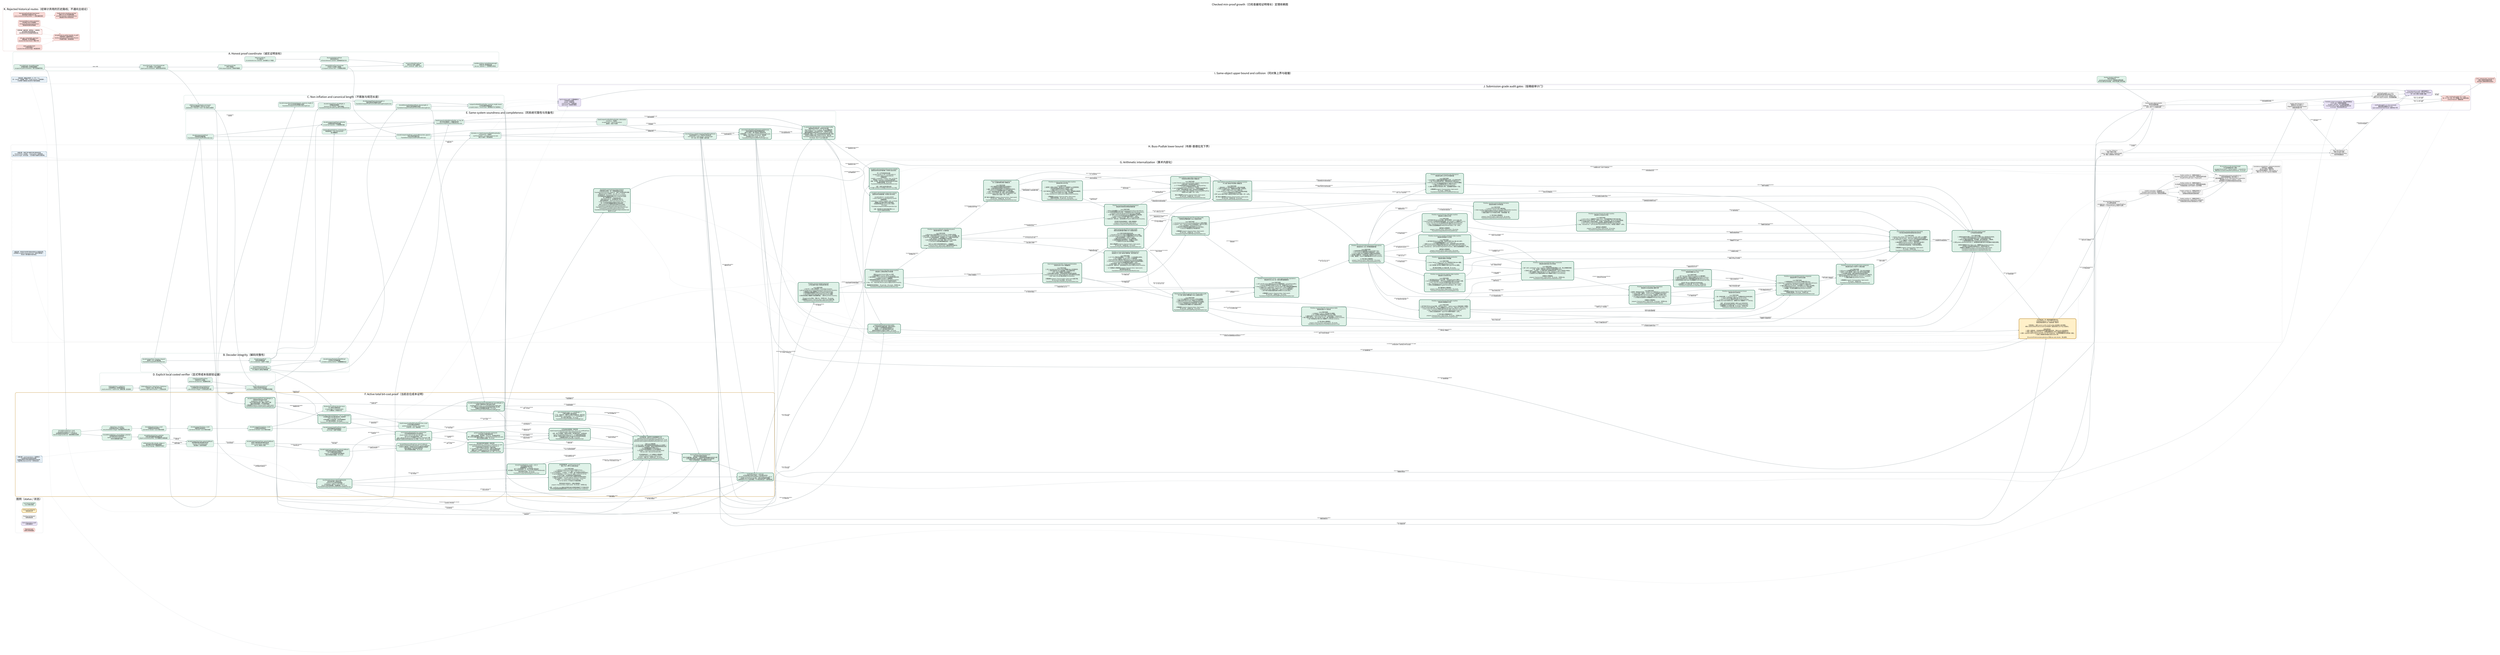
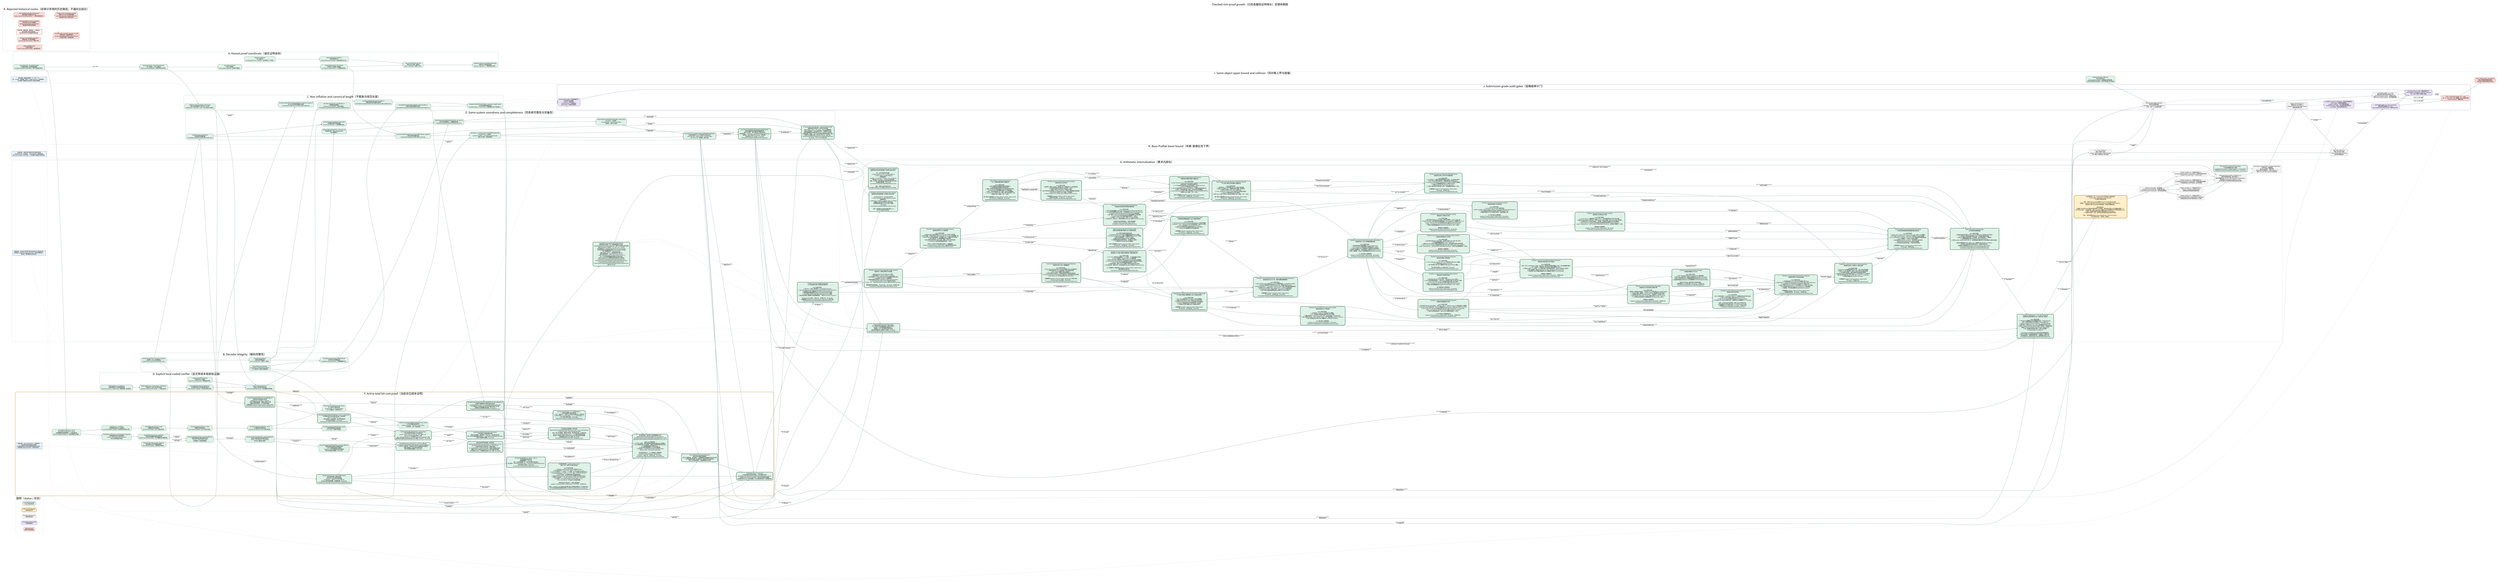
digraph CheckedMinProofDependencies {
  graph [
    rankdir=LR,
    bgcolor="white",
    compound=true,
    newrank=true,
    pad="0.35",
    nodesep="0.30",
    ranksep="0.62",
    fontname="Noto Sans CJK SC",
    fontsize=24,
    label="Checked min-proof growth（已检查最短证明增长）定理依赖图",
    labelloc="t",
    labeljust="c"
  ];
  node [
    shape=box,
    style="rounded,filled",
    fontname="Noto Sans CJK SC",
    fontsize=10.5,
    color="#526d75",
    fillcolor="#eef3f4",
    margin="0.14,0.09",
    penwidth=1.2
  ];
  edge [
    fontname="Noto Sans CJK SC",
    fontsize=8.5,
    color="#65777d",
    arrowsize=0.68,
    penwidth=1.05
  ];

  subgraph cluster_legend {
    label="图例（status / 状态）";
    color="#c8d1d4";
    style="rounded";
    done [label="Lean kernel checked\nLean 内核已检查", fillcolor="#dff2e8", color="#3f7c66"];
    active [label="Active proof obligation\n当前证明义务", fillcolor="#fff0c9", color="#b37a12", penwidth=2.2];
    pending [label="Pending root theorem\n待闭合根定理", fillcolor="#f3f3f3", color="#777777", style="rounded,filled,dashed"];
    audit [label="Axiom/dependency audit\n公理/依赖审计", fillcolor="#e9e3f5", color="#76639a"];
    rejected [label="Rejected route\n经审计弃用的路线", fillcolor="#f8d9d6", color="#a8443d", style="rounded,filled,dashed"];
  }

  subgraph cluster_coordinate {
    label="A. Honest proof coordinate（诚实证明坐标）";
    color="#8fb7aa";
    style="rounded";

    natcode [label="binaryNatCode / decodeBinaryNat\n自然数前缀码 / 自然数前缀解码\nescaped-bit prefix serialization（转义位前缀序列化）", fillcolor="#dff2e8"];
    syntaxcode [label="binaryTermCode + binaryFormulaCode\n项二进制码 + 公式二进制码\ntyped syntax serialization（类型化语法序列化）", fillcolor="#dff2e8"];
    sequentcode [label="binarySequentCode\n序列二进制码\nfinite sequent payload（有限序列载荷）", fillcolor="#dff2e8"];
    prooftree [label="CheckedPAProofTree.binaryCode\n已检查 PA 证明树二进制码\n10 sequent-calculus rules（十条相继式规则）", fillcolor="#dff2e8"];
    axiomcert [label="PAAxiomCertificate\nPA 公理证书\n23 constructors incl. induction（含归纳的 23 个构造）", fillcolor="#dff2e8"];
    structcert [label="StructuralValidityCertificate\n结构有效性证书\nall local witnesses counted（全部局部见证计长）", fillcolor="#dff2e8"];
    certifiedcode [label="binaryCertifiedPAProofCode\n带证书 PA 证明二进制码\nproof + certificate（证明 + 证书）", fillcolor="#dff2e8"];
    packedcode [label="packBinaryString / packedPayloadLength\n位串打包 / 有效载荷长度\nNat.size = payload + 1（自然数位长等式）", fillcolor="#dff2e8"];

    natcode -> syntaxcode [label="labels / 标签"];
    syntaxcode -> sequentcode;
    sequentcode -> prooftree;
    axiomcert -> structcert;
    prooftree -> certifiedcode;
    structcert -> certifiedcode;
    certifiedcode -> packedcode;
  }

  subgraph cluster_decoder {
    label="B. Decoder integrity（解码完整性）";
    color="#8fb7aa";
    style="rounded";

    typeddecoder [label="decodeCompactTerm / Formula / Sequent\n紧凑项 / 公式 / 序列解码器\nFoundationCompactPAProofVerifier.lean", fillcolor="#dff2e8"];
    proofdecoder [label="decodeCompactProof\n紧凑证明树解码器\nall 10 constructors（全部十个构造）", fillcolor="#dff2e8"];
    certdecoder [label="decodePAAxiomCertificate\ndecodeStructuralValidityCertificate\nPA 公理证书 / 结构证书解码器", fillcolor="#dff2e8"];
    packeddecoder [label="decodeCompactPackedCertifiedPAProof\n打包带证书证明解码器\nno hidden auxiliary witness（无隐藏辅助见证）", fillcolor="#dff2e8"];

    typeddecoder -> proofdecoder;
    certdecoder -> packeddecoder;
    proofdecoder -> packeddecoder;
  }

  subgraph cluster_size {
    label="C. Non-inflation and canonical length（不膨胀与规范长度）";
    color="#8fb7aa";
    style="rounded";

    structural [label="decodeCompactProof_parseWeight_le\n证明解码结构量界\nstructural non-inflation（结构不膨胀）\nFoundationCompactProofDecoderStructuralBound.lean", fillcolor="#dff2e8"];
    syntaxcanonical [label="decodeCompactTerm/Formula/Sequent_canonical_length_le\n项/公式/序列规范重编码长度界\nFoundationCompactCanonicalDecodeLength.lean", fillcolor="#dff2e8"];
    proofcanonical [label="decodeCompactProof_binaryLength_le\n完整证明树规范重编码长度界\nFoundationCompactProofCanonicalDecodeLengthComplete.lean", fillcolor="#dff2e8"];
    certcanonical [label="decodeStructuralValidityCertificate_binaryLength_le\n结构证书规范重编码长度界\nFoundationCompactCertificateCanonicalDecodeLength.lean", fillcolor="#dff2e8"];
    totalcanonical [label="compactCertifiedPAProofVerifier_canonical_length_bound\n公开验证器规范载荷总界\naccepted output <= honest input（接受输出不长于诚实输入）", fillcolor="#dff2e8"];
    transformsize [label="shift/free/neg/substitution size bounds\n移位/自由变量嵌入/否定/代入大小界\nsubstitution <= formula × term（代入至多公式乘项）", fillcolor="#dff2e8"];

    typeddecoder -> syntaxcanonical;
    proofdecoder -> structural;
    syntaxcanonical -> proofcanonical;
    certdecoder -> certcanonical;
    proofcanonical -> totalcanonical;
    certcanonical -> totalcanonical;
    syntaxcode -> transformsize;
  }

  subgraph cluster_explicit_local {
    label="D. Explicit local costed verifier（显式带成本局部验证器）";
    color="#8fb7aa";
    style="rounded";

    biteq [label="bitStringEqTrace / natEqTrace\n位串相等轨迹 / 自然数相等轨迹\nresult correctness + explicit cost（结果正确 + 显式成本）", fillcolor="#dff2e8"];
    bitset [label="bitStringMemTrace / SubsetTrace / SetEqTrace\n位串成员 / 包含 / 集合等价轨迹\nquadratic-style explicit bounds（二次型显式界）", fillcolor="#dff2e8"];
    formulalist [label="formulaEq/Mem/Subset/SetEqTrace\n公式相等/成员/包含/集合等价轨迹\ncode emission charged（公式码生成已计费）", fillcolor="#dff2e8"];
    listedtree [label="ListedCheckedPAProofTree\n列表序列 PA 证明树\npreserves decoded lists（保留解码列表）", fillcolor="#dff2e8"];
    listedcert [label="listedCertificateValidTrace\n列表证书有效性成本轨迹\nno Finset decide black box（无有限集判定黑箱）", fillcolor="#dff2e8"];

    biteq -> bitset;
    bitset -> formulalist;
    listedtree -> listedcert;
    formulalist -> listedcert;
    transformsize -> listedcert [label="local transforms\n局部变换"];
  }

  subgraph cluster_same_system {
    label="E. Same-system soundness and completeness（同系统可靠性与完备性）";
    color="#8fb7aa";
    style="rounded";

    listdecoder [label="decodeCompactListedProof\n列表保持证明解码器\nFoundationCompactListedProofDecoder.lean", fillcolor="#dff2e8"];
    projection [label="decodeCompactListedProof_toChecked\n列表解码投影到原检查器\n10-rule fuel induction（十规则燃料归纳）", fillcolor="#dff2e8"];
    localiff [label="listedCertificateValidTrace_toChecked_iff\n新局部轨迹 <-> 原 certificateValid\n语义精确等价", fillcolor="#dff2e8"];
    publiciff [label="listedCompactCertifiedPAProofVerifier_eq_true_iff\n新公开验证器接受 <-> 精确检查关系\nFoundationCompactListedCertifiedVerifier.lean", fillcolor="#dff2e8"];
    soundness [label="listedCompactCertifiedPAProofVerifier_toDerivation\nsoundness（可靠性）\naccepted code -> real PA Derivation2\n接受码 -> 真实 PA 推导", fillcolor="#dff2e8"];
    listencoder [label="decodeCompactListedProof_canonicalBinaryCode_append\n列表证明规范编码往返\nFoundationCompactListedProofEncoder.lean", fillcolor="#dff2e8"];
    completeness [label="derivation_to_listedCompactCertifiedPAProofVerifier\ncompleteness（完备性）\nreal PA derivation -> accepted canonical code\n真实 PA 推导 -> 规范接受码", fillcolor="#dff2e8"];
    predicate [label="Concrete P(x,y) / ListedCompactCertifiedPAProofChecks\n具体证明谓词 P(x,y) / 列表带证书检查关系\nsame formula + same checker + honest length\n同一公式 + 同一检查器 + 诚实长度", fillcolor="#dff2e8", penwidth=2.0];
    minmeasure [
      label="minListedCertifiedPAProofPayloadLength(formula)\n具体检查器诱导的最短完整载荷长度\n真实 PA 推导 -> 最小值由某个接受码实现\n任意接受码 -> minimum <= packedPayloadLength(code)\n接受码 -> 同公式真实 Derivation2（推导树）\n无项目级 proof_length；无 sorryAx\nFoundationCompactListedMinProofLength.lean",
      fillcolor="#dff2e8", color="#2f6f57", penwidth=2.8
    ];
    canonicalnormalize [
      label="P_canon(code, formulaCode) + canonical Bool verifier\n纯数值规范证明关系 + 规范布尔验证器\nBool verifier = true <-> P_canon，由 Lean 精确证明\n任意公开接受码 -> 同公式码规范码，完整载荷不增长\n最短完整载荷必由真实规范 proof + certificate 码实现\n全体码有限一致性 <-> 同 cutoff 的纯数值规范码有限一致性\n非规范/冗余编码不能人为压低 minimum（最小值）\nFoundationCompactListedCanonicalNormalization.lean\n无 sorryAx；仅三个 Lean 标准公理",
      fillcolor="#dff2e8", color="#2f6f57", penwidth=2.8
    ];

    typeddecoder -> listdecoder;
    listdecoder -> projection;
    proofdecoder -> projection;
    listedcert -> localiff;
    projection -> publiciff;
    localiff -> publiciff;
    packeddecoder -> publiciff;
    publiciff -> soundness;
    prooftree -> listencoder;
    listdecoder -> listencoder;
    listencoder -> completeness;
    listedcert -> completeness;
    soundness -> predicate;
    completeness -> predicate;
    predicate -> minmeasure [label="minimum over accepted codes\n对接受码取最小值"];
    completeness -> minmeasure [label="nonempty accepted set\n接受集合非空"];
    publiciff -> canonicalnormalize [label="decode every accepted code\n解码任意接受码"];
    listencoder -> canonicalnormalize [label="canonical re-encoding\n规范重编码"];
    totalcanonical -> canonicalnormalize [label="no payload growth\n载荷不增长"];
    minmeasure -> canonicalnormalize [label="minimum realized canonically\n最小值由规范码实现"];
  }

  subgraph cluster_cost_active {
    label="F. Active total bit-cost proof（当前总位成本证明）";
    color="#c18a27";
    style="rounded,bold";

    nattrace [label="decodeBinaryNatTrace_result\ndecodeBinaryNatTrace_cost_le\n自然数解码轨迹结果等价 + 二次位成本界\nNat.bit charged by Nat.size（按自然数位长收费）", fillcolor="#dff2e8", color="#3f7c66"];
    tracebind [label="OptionTrace + traceBind\n可选结果成本轨迹 + 轨迹绑定\nevery bind/failure charged（每次绑定/失败均计费）", fillcolor="#dff2e8", color="#3f7c66"];
    vectortrace [label="decodeManyVectorTrace_result\n向量解码轨迹结果等价\nLean kernel checked（Lean 内核已检查）", fillcolor="#dff2e8", color="#3f7c66"];
    termtrace [label="decodeCompactTermTrace_result\n项解码轨迹结果等价\nLean kernel checked（Lean 内核已检查）", fillcolor="#dff2e8", color="#3f7c66"];
    formulatrace [label="decodeCompactFormulaTrace_result\n公式解码轨迹结果等价\nLean kernel checked（Lean 内核已检查）", fillcolor="#dff2e8", color="#3f7c66"];
    prooftrace [label="decodeCompactListedProofTrace_result\n列表证明解码轨迹结果等价\nall 10 rules（全部十条规则）", fillcolor="#dff2e8", color="#3f7c66"];
    certtrace [label="PA/structural certificate decoder traces\nPA / 结构证书解码轨迹\n23 axiom tags + 4 recursive nodes\n23 个公理标签 + 4 种递归节点", fillcolor="#dff2e8", color="#3f7c66"];
    publictrace [label="listedCompactCertifiedPAProofVerifierTrace_result\n公开验证器轨迹结果等价\npacked envelope + formula + local checks\n打包外壳 + 公式 + 局部检查", fillcolor="#dff2e8", color="#3f7c66"];
    natpotential [label="decodeBinaryNatTrace_success/failure_potential\n自然数解码成功/失败势能界\nquartic consumed-prefix invariant\n四次已消费前缀不变量", fillcolor="#dff2e8", color="#3f7c66"];
    vectorpotential [label="decodeManyVectorTrace_potential\n任意长度向量解码摊还势能定理\ndisjoint consumed prefixes（互不重叠的已消费前缀）", fillcolor="#dff2e8", color="#3f7c66"];
    symbolcharge [label="arithmeticFunc/Rel_decode_charge_le\n算术函数/关系符号解码收费界\nfinite ORing language（有限有序环语言）", fillcolor="#dff2e8", color="#3f7c66"];
    termpotential [label="decodeCompactTermTrace_parserCostBound\n紧凑项解码器全路径摊还成本界\nsuccess + every failure path\n成功路径 + 全部失败路径", fillcolor="#dff2e8", color="#3f7c66"];
    formulapotential [label="decodeCompactFormulaTrace_parserCostBound\n紧凑公式解码器全路径摊还成本界\natoms / connectives / quantifiers\n原子式 / 联结词 / 量词", fillcolor="#dff2e8", color="#3f7c66"];
    proofpotential [
      label="decodeCompactListedProofTrace_parserCostBound\n列表证明树全路径四次势能成本界\n十条 PA 相继式规则全部通过\nand/cut 二叉子证明势能已望远镜相消\n成功/失败路径全覆盖；无 sorryAx",
      fillcolor="#dff2e8", color="#3f7c66"
    ];
    certpotential [
      label="decodePAAxiomCertificateTrace_parserCostBound\ndecodeStructuralValidityCertificateTrace_parserCostBound\n23 种 PA 公理标签 + 4 种递归证书节点全路径四次势能界\n归纳公理体和二元证书树已摊还闭合\n成功/失败路径全覆盖；无 sorryAx",
      fillcolor="#dff2e8", color="#3f7c66", penwidth=2.2
    ];
    packedcost [
      label="packed proof/formula decoder cost bounds\n打包证明/公式解码器成本界\n证明+证书串联、末位哨兵、dropLast、空后缀全部闭合\n两个公开打包解码器均不超过 2 × decoderPotential(Nat.size code)\n成功/失败路径全覆盖；无 sorryAx",
      fillcolor="#dff2e8", color="#2f6f57", penwidth=2.8
    ];
    transformcode [
      label="transformation binary-code length bounds\n语法变换完整二进制码长界\nshift/free/neg 均至多线性膨胀\nsubstitution：|phi[t]| <= 3(F+1)(W+1)F\n含 qpow 量词深度预算；无隐藏参数；无 sorryAx\nFoundationCompactSyntaxTransformationCodeBounds.lean",
      fillcolor="#dff2e8", color="#2f6f57", penwidth=2.8
    ];
    negtrace [
      label="binaryFormulaNegTrace_result / _cost_le\n否定变换真实递归轨迹\n结果精确等于 ∼formula\n每个公式构造收费一步；原子项向量不重复遍历\n执行成本 <= formulaSymbolCount <= |binaryFormulaCode(formula)|\n单文件探针已通过；无 sorryAx\nFoundationCompactSyntaxNegationTrace.lean",
      fillcolor="#dff2e8", color="#2f6f57", penwidth=2.8
    ];
    axmjoint [
      label="axm comparator input <= 2 * jointWeight + 1\n公理比较器输入联合坐标界\n上下文、候选句子、完整 PA 公理证书均落在同一诚实位权\ncertificateBits + sentenceBits + 1 <= 2 * jointWeight + 1\n四个坐标引理已通过；无 sorryAx\nFoundationCompactListedAxiomJointWeight.lean",
      fillcolor="#dff2e8", color="#2f6f57", penwidth=2.8
    ];
    honestproof [
      label="decodeCompactListedProof_honestWeight_le\n列表保持证明树诚实位权界\nweight(tree) + 8|suffix| <= 8|input|\n十条 PA 规则全部闭合；重复公式逐个计费\n覆盖任意成功解码，不只是规范编码\n公理画像仅 propext / Classical.choice / Quot.sound\nFoundationCompactListedProofHonestWeight.lean",
      fillcolor="#dff2e8", color="#2f6f57", penwidth=2.8
    ];
    honestcert [
      label="decodeCompactPackedListedCertifiedPAProof_honestWeight_le\n证明树+完整结构证书联合诚实位权界\njointWeight(tree,cert) <= 8 * packedPayloadLength(code)\nPA 公理证书 23 标签及递归证书全部由实际输入位计费\n无辅助见证和隐藏长度参数；无 sorryAx\nFoundationCompactListedCertifiedHonestWeight.lean",
      fillcolor="#dff2e8", color="#2f6f57", penwidth=2.8
    ];
    localprimitives [
      label="formulaEq/Mem/Subset/SetEqTrace_cost_le_polynomial\n公式相等/成员/包含/集合等价统一位成本界\nP(w) = 4 + 2(w+3)^2 + w\nw 是全部输入公式码位权，包含列表重复项\n四个端点全部通过；无 sorryAx\nFoundationCompactListedLocalCostPrimitives.lean",
      fillcolor="#dff2e8", color="#2f6f57", penwidth=2.8
    ];
    localbranches9 [
      label="10/10 listedCertificateValidTrace cost branches\n十条证明规则局部成本分支全部闭合\nclosed / verum / and / or / all / exs / wk / shift / cut：\n由 P(G(w)) 及生成语法界统一计费\naxm：由 A(w)=K*(2w+1)^12 的真实 guarded comparator 计费\n最终每节点固定多项式包络已由 Lean 检查；无 haxm、无 sorryAx",
      fillcolor="#dff2e8", color="#2f6f57", penwidth=2.8
    ];
    localinduction [
      label="联合坐标内部归纳骨架 + 具体实例\nlistedCertificateValidTrace_jointCost_le_polynomial_of_axm\nguardedListedCertificateValidTrace_jointCost_le\n十规则证明树/证书同步统一归纳已通过\nb = proofWeight + certificateWeight（证明+证书联合位权）\n抽象 haxm 已由真实 guarded axm 成本定理具体消除\n公开实例无 haxm；公理画像仅标准 Lean 公理；无 sorryAx",
      fillcolor="#dff2e8", color="#2f6f57", penwidth=2.8
    ];
    publicskeleton [
      label="公开总成本内部骨架 + 具体实例\nlistedCompactCertifiedPAProofVerifierTrace_cost_le_of_certificateTrace\ns = Nat.size(code) + Nat.size(formulaCode)\n合并：两个打包解码、局部证书检查、结论集合比较、公式码比较\nQ(s)=4*decoderPotential(s)+L(s)+1，L(s) 是显式固定多项式\n原先唯一内部证书成本义务现已由 guarded 联合成本定理消除\n公理画像仅标准 Lean 公理；无 sorryAx\nFoundationCompactListedPublicCostSkeleton.lean",
      fillcolor="#dff2e8", color="#2f6f57", penwidth=2.8
    ];
    publiccost [
      label="【主终端完成：具体带守卫检查器最终汇合】\nguardedListedCertificateValidTrace_jointCost_le\nguardedListedCompactCertifiedPAProofVerifierTrace_result\nguardedListedCompactCertifiedPAProofVerifierTrace_cost_le\n\n已由 Lean 内核检查：\n1. axm 的 23 标签、接受/拒绝路径和候选长度 guard 全部统一；\n2. axm 局部成本进入与证明树、结构证书相同的诚实联合位权；\n3. 十规则整树成本不再带 haxm；\n4. 公开轨迹结果精确等于公开验证器结果；\n5. 总位成本 <= listedPublicVerifierCostPolynomial(\n   Nat.size code + Nat.size formulaCode)。\n\n定向构建退出码 0；五个关键端点公理画像仅\npropext / Classical.choice / Quot.sound。\n无 haxm、无输入包、无项目公设、无 sorryAx。\nFoundationCompactListedGuardedAxiomCost.lean",
      fillcolor="#dff2e8", color="#2f6f57", penwidth=2.8
    ];
    amortized [label="Success/failure total potential bound\n成功/失败全路径总势能界\n两个打包解码器、语法变换、十规则局部检查和最终比较均已计费\n公开轨迹的所有输入对均满足同一固定多项式位成本界\n不是只分析接受路径；无隐藏辅助见证长度", fillcolor="#dff2e8", color="#2f6f57", style="rounded,filled", penwidth=2.8];
    costnote [shape=note, label="关键注释：result equivalence（结果等价）\n只证明轨迹没有改掉验证结果；\n必须再证明成功/失败全路径的固定多项式界，\n才能声称 polynomial time（多项式时间）。", fillcolor="#e8f1f8", color="#4e7892"];
    transformtrace [label="【共享终端完成：guarded axiom trace】\n移位 / 代入 / 带守卫公理比较轨迹\n\nLean 内核已检查：\n1. shift/free/substitution/list/fixitr 的真实 QTrace；\n2. fixitr 输出码长 <= 4*(L+1)^2；成本 <= 128*(m+L+1)^2*L；\n3. succInd 四次代入、三次否定、三个析取、两个全称量词全部真实执行；\n4. succInd 输出码长 <= 10^7*(L+1)^4；成本 <= 10^11*(L+1)^12；\n5. guard 完备：合法相等候选不会被提前拒绝；\n6. 接受分支 fixitr/allClosure/formulaEq 与拒绝分支总成本均闭合；\n7. 全部 23 标签统一：true iff certificate.sentence = candidate；\n8. 总成本 <= K*(certificateBits+sentenceBits+1)^12，\n   K=10^30+(3B+4)，B 为显式 26 句固定预算。\n\n两条验收命令退出码 0；关键公理画像仅\npropext / Classical.choice / Quot.sound；无 sorryAx、无项目公设。\n\n边界：certificate-only 直接生成完整归纳句在稀疏变量编号下不可能多项式；\n本节点完成的是保持接受关系的 candidate-length guarded comparator。", fillcolor="#dff2e8", color="#2f6f57", style="rounded,filled", penwidth=2.8];
    polytime [label="VerifierBitCost(x,y) <= p(|x|+|y|)\n公开验证器总位成本不超过一个显式固定多项式\nguardedListedCompactCertifiedPAProofVerifierTrace_cost_le\n对全部 code/formulaCode 成立，成功与失败路径均覆盖\n这里是项目 QTrace 位成本模型；PA 内短证明仍由下一簇单独完成", fillcolor="#dff2e8", color="#2f6f57", style="rounded,filled", penwidth=2.8];

    natcode -> nattrace;
    nattrace -> tracebind;
    tracebind -> vectortrace;
    vectortrace -> termtrace;
    termtrace -> formulatrace;
    formulatrace -> prooftrace;
    certdecoder -> certtrace;
    formulatrace -> certtrace;
    prooftrace -> publictrace;
    certtrace -> publictrace;
    publictrace -> amortized [label="exact behavior first\n先固定精确行为"];
    nattrace -> natpotential;
    natpotential -> vectorpotential;
    vectorpotential -> termpotential [label="argument vectors\n参数向量"];
    symbolcharge -> termpotential [label="finite symbol decoding\n有限符号解码"];
    termpotential -> formulapotential [label="terms inside atoms\n原子式中的项"];
    formulapotential -> proofpotential [label="formulas inside sequents\n序列中的公式"];
    proofpotential -> certpotential [label="proof/certificate alignment\n证明树/证书树对齐"];
    formulapotential -> certpotential [label="induction body\n归纳公理体"];
    certpotential -> packedcost [label="proof + certificate stream\n证明 + 证书串"];
    publictrace -> packedcost [label="same executable result\n同一可执行结果"];
    packedcost -> publiccost [label="decoded objects\n已解码对象"];
    transformsize -> transformcode [label="from symbol count to full bits\n从符号数提升到完整位长"];
    transformcode -> negtrace [label="input bit-length control\n输入位长控制"];
    negtrace -> publiccost [label="closed/cut negation charge\n闭合/切规则否定计费"];
    transformcode -> publiccost [label="generated-code bounds\n生成公式码长界"];
    listdecoder -> honestproof [label="all successful parses\n全部成功解码"];
    honestproof -> honestcert [label="proof-tree charge\n证明树计费"];
    certcanonical -> honestcert [label="full certificate bits\n完整证书位"];
    honestcert -> publiccost [label="joint decoded-data bound\n联合解码数据界"];
    honestcert -> axmjoint [label="proof + certificate coordinate\n证明 + 证书坐标"];
    axmjoint -> publiccost [label="guarded comparator input bound\n带守卫比较器输入界"];
    listedcert -> localprimitives [label="exact trace costs\n精确轨迹成本"];
    honestproof -> localprimitives [label="duplicate-preserving weights\n保留重复项位权"];
    localprimitives -> publiccost [label="uniform quadratic bound\n统一二次界"];
    localprimitives -> localbranches9 [label="per-rule instantiation\n逐规则实例化"];
    transformcode -> localbranches9 [label="generated syntax bounds\n生成语法界"];
    localbranches9 -> publiccost [label="nine checked branches\n九条已检查分支"];
    localbranches9 -> localinduction [label="structural aggregation\n结构汇总"];
    localinduction -> publiccost [label="haxm concretely discharged\nhaxm 已由具体定理消除"];
    localinduction -> publicskeleton [label="local certificate polynomial\n局部证书多项式"];
    packedcost -> publicskeleton [label="two packed decoder bounds\n两个打包解码界"];
    honestcert -> publicskeleton [label="decoded joint weight\n解码联合位权"];
    publicskeleton -> publiccost [label="concrete discharge checked\n具体消义务已检查"];
    listedcert -> publiccost [label="explicit local checks\n显式局部检查"];
    publiccost -> amortized;
    totalcanonical -> amortized [label="consumed-length control\n消费长度控制"];
    costnote -> amortized [style=dotted, arrowhead=none, constraint=false];
    transformcode -> transformtrace;
    transformtrace -> publiccost [label="guarded axm + shift/free/substitution costs\n带守卫公理 + 移位/自由化/代入成本"];
    amortized -> polytime;
    transformtrace -> polytime;
    totalcanonical -> polytime [label="input/output length control\n输入输出长度控制"];
    listedcert -> polytime [label="local cost bounds\n局部成本界"];
    predicate -> polytime [label="exact executable relation\n精确可执行关系"];
  }

  subgraph cluster_internalization {
    label="G. Arithmetic internalization（算术内部化）";
    color="#9a9a9a";
    style="rounded,dashed";

    listedconmeta [label="ListedCertifiedFiniteConsistencyAt(k)\n同一列表保持验证器的有限一致性元层语义\n无长度 <= k 的完整载荷码被接受为 ⊥\n普通及 2^(A*n) 放大版本无条件为真\n接受反向恢复同公式真实 PA 推导；无 sorryAx\nFoundationCompactListedFiniteConsistencyTarget.lean", fillcolor="#dff2e8", color="#2f6f57", penwidth=2.8];
    arithinput [label="Primitive-recursive packed input layer\n公开验证器打包输入的原始递归算术层\n\nLean 内核已检查：\n1. Nat.bits（小端二进制展开）为 primitive recursive；\n2. getLast?/dropLast 与 sentinel payload peel 均为 primitive recursive；\n3. 剥离成功 iff 输入精确等于 packBinaryString(payload)；\n4. 新剥离器结果精确等于现有 packedPayloadTrace 结果；\n5. decodeBinaryNat 已由 right-fold state machine 重建；\n6. 新状态机逐输入精确等于原前缀解码器，二者均为 primitive recursive。\n\n无 typed syntax 假设、无输入包、无项目公设、无 sorryAx；\n公理画像仅 propext / Classical.choice / Quot.sound 或其子集。\nFoundationCompactListedVerifierArithmeticInput.lean", fillcolor="#dff2e8", color="#2f6f57", penwidth=2.8];
    tokenstream [label="Primitive-recursive binary-Nat token stream machine\n原始递归二进制自然数记号流机器\n\n具体 bounded iterator 已由 Lean 检查：\n1. 状态明确区分 running / failed / accepted；\n2. 每步调用同一个 decodeBinaryNat 并保留真实剩余位串；\n3. 总步数由 inputBits+1 明确限制；\n4. 最终结果逐位串等于 repeated-prefix reference parser；\n5. binaryNatCode token stream 的规范往返成立；\n6. step、run、output 和 reference parser 全部 primitive recursive。\n\n覆盖畸形和非规范输入；无 rawCode、无 sorryAx、无项目公设。\nFoundationCompactBinaryNatStreamMachine.lean", fillcolor="#dff2e8", color="#2f6f57", penwidth=2.8];
    bitsync [label="Exact noncanonical bit/token stream synchronization\n非规范位流与 token 流精确同步\n\nLean 内核已检查：\n1. 定义 repeated decodeBinaryNat 的精确 token/位后缀关系；\n2. 关系可按任意 token 前后缀唯一切分并重新合成；\n3. 同一 token 前缀留下的位后缀唯一；\n4. 规范位编码只是特例，不把非规范高位零误判为规范码；\n5. bounded stream decoder 成功 iff 全部 token 恰好消费至空位后缀；\n6. 每个 token-list split 都对应真实 bit boundary。\n\n公理画像仅 propext / Classical.choice / Quot.sound 或其子集；\n无 canonical-input 假设、无 sorryAx。\nFoundationCompactBinaryNatStreamSynchronization.lean", fillcolor="#dff2e8", color="#2f6f57", penwidth=2.8];
    syntaxparser [label="Primitive-recursive arithmetic term/formula parser\n原始递归算术项 / 公式解析器\n\nLean 内核已检查：\n1. 纯 Nat token 状态机覆盖 bvar/fvar/func 与全部公式构造；\n2. 有序环函数、关系符号码与 typed decoder 的 decode₂ 条件精确一致；\n3. repeat frame 逐项处理参数，不按稀疏 arity 一次展开巨型任务表；\n4. 每个真实项 / 公式都有精确执行步数定理；\n5. 执行步数不超过真实 token 长度，固定二次 fuel 必然足够；\n6. 公开 parser 对规范编码精确返回同一 suffix。\n\n定向 Lean 探针与目标构建退出码 0；公理画像仅\npropext / Classical.choice / Quot.sound；静态禁用项扫描为空。\nFoundationCompactSyntaxTokenMachine.lean", fillcolor="#dff2e8", color="#2f6f57", penwidth=2.8];
    syntaxinversion [label="Exact arbitrary-input syntax inversion\n项 / 公式解析器任意输入精确反演\n\nLean 内核已检查：\n1. 每个纯数值任务栈都有类型化前缀语义；\n2. 每次数值状态转换反向保持该语义；\n3. 函数 / 关系符号有效码恢复同 arity 的真实有序环符号；\n4. repeat frame 恢复精确长度的 Fin 参数向量；\n5. 成功、失败及畸形输入统一由同一后向不变量覆盖；\n6. numeric parser 返回 suffix iff 输入等于某真实项 / 公式\n   的规范 token 前缀 ++ 同一 suffix。\n\n两个端点公理画像仅 propext / Classical.choice / Quot.sound；\n无 rawCode、无项目公设、无 sorryAx。\nFoundationCompactSyntaxTokenMachineInversion.lean", fillcolor="#dff2e8", color="#2f6f57", penwidth=2.8];
    syntaxbitsync [label="Typed syntax decoder iff exact token prefix\n类型化语法解码器与精确 token 前缀双向等价\n\nLean 内核已检查任意成功位串：\n1. decodeCompactTerm 成功 iff 精确消费该项 token 前缀；\n2. decodeCompactFormula 成功 iff 精确消费该公式 token 前缀；\n3. 两方向均保留同一个真实 bit suffix；\n4. 函数/关系符号代码由 decode₂ 精确恢复；\n5. 任意有限参数向量逐项同步，不隐藏 arity 展开；\n6. 非规范 binaryNat 表示完全覆盖。\n\n端点公理画像仅 propext / Classical.choice / Quot.sound；\n无 rawCode、无项目公设、无 sorryAx。\nFoundationCompactSyntaxBitTokenSynchronization.lean", fillcolor="#dff2e8", color="#2f6f57", penwidth=2.8];
    closedformula [label="Primitive-recursive closed-formula token machine\n原始递归闭公式记号机\n\nLean 内核已检查：\n1. 复用同一紧凑公式语法，但所有 term 位置遇到 fvar 标签即拒绝；\n2. 每次成功恢复真实类型化公式及同一 suffix；\n3. 恢复公式的 freeVariables 严格等于空集；\n4. 每个真实闭公式及每个 ArithmeticSentence 的嵌入规范编码必被接受；\n5. 成功 iff 闭公式规范 token 前缀，双向精确；\n6. step / bounded run / public parser 全部 primitive recursive。\n\n公理画像仅 propext / Classical.choice / Quot.sound；\n无额外闭性参数、无 rawCode、无 sorryAx。\nFoundationCompactClosedFormulaTokenMachine.lean", fillcolor="#dff2e8", color="#2f6f57", penwidth=2.8];
    proofparser [label="Primitive-recursive listed-proof structural parser\n原始递归列表保持证明树结构解析器\n\nLean 内核已检查：\n1. 纯 Nat 任务栈覆盖 closed/axm/verum/and/or/all/exs/wk/shift/cut；\n2. axm 标签现调用独立闭公式机，不再把普通 proposition 当 sentence；\n3. sequent cardinality 由 repeat-formula frame 逐项消费；\n4. 每个真实 ListedCheckedPAProofTree 都有精确执行步数定理；\n5. and/cut 左右子证明按编码顺序消费同一 suffix；\n6. 总步数 <= 2*tokenLength，固定二次 fuel 必然足够；\n7. 十标签分派、闭句分支、总状态机和公开 parser 全部 primitive recursive。\n\n定向探针及目标构建通过；关键公理画像仅\npropext / Classical.choice / Quot.sound。\nFoundationCompactProofTokenMachine.lean", fillcolor="#dff2e8", color="#2f6f57", penwidth=2.8];
    proofinversion [label="Exact arbitrary-input listed-proof inversion\n列表保持证明树任意输入精确反演\n\nLean 内核已检查：\n1. proof / formula / term / repeat-formula / sequent / closed-formula\n   六类任务统一具有类型化前缀语义；\n2. 十个节点标签的每条反向分支均恢复同一 typed proof tree；\n3. and/cut 严格恢复左右子树次序；\n4. axm 分支恢复真实 ArithmeticSentence，不接受含自由变量公式；\n5. 成功、失败及畸形输入由同一后向状态不变量覆盖；\n6. proof token parser 成功 iff 输入为某真实 ListedCheckedPAProofTree\n   的规范 token 前缀 ++ 同一 suffix。\n\n端点公理画像仅 propext / Classical.choice / Quot.sound；\n无 rawCode、无项目公设、无 sorryAx。\nFoundationCompactProofTokenMachineInversion.lean", fillcolor="#dff2e8", color="#2f6f57", penwidth=2.8];
    certparser [label="Primitive-recursive PA/structural certificate parsers\n原始递归 PA 公理 / 结构证书解析器（规范完备方向）\n\nLean 内核已检查：\n1. 23 个 PA 公理标签全部覆盖；0..21 固定，3/4 校验函数/关系码；\n2. tag 22 调用同一 binder-arity-1 公式解析器；\n3. 新 PA 证书 token 编码逐证书等于旧 binary code 的 Nat 前缀流；\n4. leaf/axiomCert/unary/binary 四类结构证书由显式任务栈递归解析；\n5. binary 左右子证书按编码顺序消费同一 suffix；\n6. 线性步数界、固定二次 fuel 和两个规范往返端点均已闭合；\n7. PA 标签分派、结构节点、总状态机和公开 parser 全部 primitive recursive。\n\n七个关键端点公理画像仅 propext / Classical.choice / Quot.sound；\n静态禁用项扫描为空。\nFoundationCompactCertificateTokenMachine.lean", fillcolor="#dff2e8", color="#2f6f57", penwidth=2.8];
    certinversion [label="Exact arbitrary-input PA/structural certificate inversion\nPA 公理 / 结构证书任意输入精确反演\n\nLean 内核已检查：\n1. 固定标签 0..21 逐项恢复对应 PA 公理证书构造器；\n2. 标签 3/4 恢复同 arity、同编码的真实函数 / 关系符号；\n3. 标签 22 恢复 binder-arity-1 归纳公式；\n4. leaf / axiomCert / unary / binary 四类节点全部反向恢复；\n5. binary 严格恢复左右子证书顺序；\n6. 两个 parser 成功 iff 输入为真实证书规范 token 前缀 ++ 同一 suffix。\n\n两个端点公理画像仅 propext / Classical.choice / Quot.sound；\n无 rawCode、无项目公设、无 sorryAx。\nFoundationCompactCertificateTokenMachineInversion.lean", fillcolor="#dff2e8", color="#2f6f57", penwidth=2.8];
    proofbitsync [label="Listed proof typed decoder iff exact token prefix\n列表保持证明解码器与 token 前缀双向等价\n\nLean 内核已检查：\n1. closed/axm/verum/and/or/all/exs/wk/shift/cut 十规则全覆盖；\n2. sequent、term、formula 与左右子证明保留同一真实 bit suffix；\n3. axm 分支恢复同一 ArithmeticSentence；\n4. 成功方向与完备方向均覆盖非规范 binaryNat 表示；\n5. and/cut 严格保留左右子树消费次序。\n\n公理画像仅 propext / Classical.choice / Quot.sound；\n无 rawCode、无项目公设、无 sorryAx。\nFoundationCompactProofBitTokenSynchronization.lean", fillcolor="#dff2e8", color="#2f6f57", penwidth=2.8];
    certbitsync [label="PA/structural certificate typed decoder iff exact token prefix\nPA 公理 / 结构证书解码器与 token 前缀双向等价\n\nLean 内核已检查：\n1. 23 个 PA 公理标签及 induction 公式体全部覆盖；\n2. 函数/关系符号由 decode₂ 恢复同 arity 真实符号；\n3. leaf/axiomCert/unary/binary 四类递归证书全覆盖；\n4. binary 严格保留左右证书顺序及同一位后缀；\n5. 任意成功位串与精确 token 前缀双向等价。\n\n公理画像仅 propext / Classical.choice / Quot.sound；\n无 rawCode、无项目公设、无 sorryAx。\nFoundationCompactCertificateBitTokenSynchronization.lean", fillcolor="#dff2e8", color="#2f6f57", penwidth=2.8];
    packedtokensync [label="Primitive-recursive packed stream + exact typed-decoder equivalence\n原始递归打包 token 流 + 类型化解码器精确等价\n\nLean 内核已检查：\n1. 公开 code 的 sentinel 哨兵位与 payload 剥离使用同一 packedPayloadBits；\n2. payload 逐前缀转为完整 Nat token 流，流函数已证 Primrec；\n3. listed proof tokens ++ structural certificate tokens 按公开解码顺序精确拼接；\n4. 证明码 token 流成功 iff 同一 typed proof + certificate 解码成功；\n5. formulaCode token 流成功 iff 同一 typed formula 解码成功；\n6. 两个等价均保留全载荷消费与非规范 binaryNat 表示。\n\n公理画像仅 propext / Classical.choice / Quot.sound；\n无 rawCode、无项目公设、无 sorryAx。\nFoundationCompactListedPackedBitTokenSynchronization.lean", fillcolor="#dff2e8", color="#2f6f57", penwidth=2.8];
    numericvalues [label="Primitive-recursive term/formula/sequent value parsers\n原始递归项 / 公式 / 序列数值值解析器\n\nLean 内核已检查：\n1. 在结构判断同时保留精确 canonical token slice；\n2. term 与 formula 解析返回已消费值及同一 suffix；\n3. sequent 按首 token 的基数逐公式解析并保持原顺序；\n4. 规范输入精确往返；任意成功输入恢复真实 typed syntax；\n5. 单值、重复值、sequent 总解析器全部 primitive recursive。\n\n九个审计端点公理画像仅\npropext / Classical.choice / Quot.sound；无 sorryAx。\nFoundationCompactNumericSyntaxValueParser.lean", fillcolor="#dff2e8", color="#2f6f57", penwidth=2.8];
    numericchecks [label="Primitive-recursive numeric formula-list checks\n原始递归数值公式列表检查\n\nLean 内核已检查：\n1. canonical formula token 编码单射；\n2. token equality / membership / subset / set equality 全部 primitive recursive；\n3. 四个结果在任意规范公式列表上逐点等于 typed trace；\n4. 重复元素按 Finset 外延语义处理，与原检查器一致。\n\n九个审计端点公理画像仅\npropext / Classical.choice / Quot.sound；无 sorryAx。\nFoundationCompactNumericFormulaListChecks.lean", fillcolor="#dff2e8", color="#2f6f57", penwidth=2.8];
    numericconstructors [label="Primitive-recursive direct formula constructors\n原始递归直接公式构造器\n\nLean 内核已检查：\n1. verum / falsum / and / or / all / exs 六种构造全为纯 token 函数；\n2. 六个函数全部 primitive recursive；\n3. 每个规范输入逐 token 精确等于真实 typed formula 编码。\n\n审计端点仅依赖 Lean 标准公理；无 sorryAx。\nFoundationCompactNumericFormulaConstructors.lean", fillcolor="#dff2e8", color="#2f6f57", penwidth=2.8];
    numericnegation [label="Primitive-recursive formula-negation token machine\n原始递归公式否定记号机\n\nLean 内核已检查：\n1. 运行状态只有 Nat 与 Nat 列表，不把 typed syntax 当输入；\n2. term 记号逐项原样复制，八种 formula 标签执行真实 De Morgan 对偶；\n3. term / term-list / formula 的完整任务执行语义均已闭合；\n4. step、bounded run 与公开 transform 全部 primitive recursive；\n5. 规范公式前缀精确返回 negated formula tokens + 同一 suffix。\n\n两个最终端点公理画像仅\npropext / Classical.choice / Quot.sound；无 sorryAx。\nFoundationCompactNumericFormulaNegation.lean", fillcolor="#dff2e8", color="#2f6f57", penwidth=2.8];
    numericshift [label="Primitive-recursive formula-shift token machine\n原始递归公式移位记号机\n\nLean 内核已检查：\n1. 运行状态只有 Nat 与 Nat 列表，逐任务消费同一 parser token 流；\n2. bound variable 与全部结构标签原样保留，free variable [1,i] 精确变为 [1,i+1]；\n3. term / term-list / formula 的完整执行语义逐点等于 Rewriting.shift；\n4. step、bounded run 与公开 transform 全部 primitive recursive；\n5. 规范公式前缀精确返回 shifted formula tokens + 同一 suffix。\n\n最终端点公理画像仅\npropext / Classical.choice / Quot.sound；无 sorryAx。\nFoundationCompactNumericFormulaShift.lean", fillcolor="#dff2e8", color="#2f6f57", penwidth=2.8];
    numericfree [label="Primitive-recursive formula-free token machine\n原始递归公式自由化记号机\n\nLean 内核已检查：\n1. source arity n+1 精确降到 target arity n，任务栈携带量词下真实当前元数；\n2. 最后 bound variable 变为 &0，较早 bound variable 保持，旧 free variable 取后继；\n3. 仅消费长度为 2 的真实变量头，空消费、失败路径及函数头均不会误触发；\n4. term / term-list / formula 沿元数等式的完整语义逐点等于 Rewriting.free；\n5. step、bounded run、公开 transform 均 primitive recursive，规范输入保留同一 suffix。\n\n最终端点公理画像仅\npropext / Classical.choice / Quot.sound；无 sorryAx。\nFoundationCompactNumericFormulaFree.lean", fillcolor="#dff2e8", color="#2f6f57", penwidth=2.8];
    numericsubstitution [label="Primitive-recursive one-variable substitution token machine\n原始递归单变量代入记号机\n\nLean 内核已检查：\n1. 运行状态只有 Nat 与 Nat 列表，见证项以固定 token 输入进入迭代；\n2. 任务栈精确跟踪量词下 source arity 1+d；\n3. 最后 bound variable 替换为完整闭见证 token，其余变量与结构头原样保留；\n4. term / term-list / formula 完整执行语义逐 token 等于 ((Rew.subst ![w]).qpow d)；\n5. step、bounded run、公开 transform 均 primitive recursive，规范公式前缀保留同一 suffix。\n\n最终端点公理画像仅\npropext / Classical.choice / Quot.sound；无 sorryAx。\nFoundationCompactNumericFormulaSubstitution.lean", fillcolor="#dff2e8", color="#2f6f57", penwidth=2.8];
    numericfixitr [label="Primitive-recursive formula-fixitr token machine\n原始递归变量捕获记号机\n\nLean 内核已检查：\n1. 运行状态只有 Nat 与 Nat 列表，任意 base arity n、capture count m 与量词深度 d 均覆盖；\n2. bound variable 保持不变；free i<m 精确变为 bound n+d+i；其余 free i 变为 free (i-m)；\n3. term / term-list / formula 完整执行语义逐 token 等于 ((Rew.fixitr n m).qpow d)；\n4. step、bounded run 与公开 transform 全部 primitive recursive；\n5. 规范公式前缀返回同一 typed fixitr 结果并保留同一 suffix。\n\n十个审计端点公理画像至多为\npropext / Classical.choice / Quot.sound；无 sorryAx、无项目公设。\nFoundationCompactNumericFormulaFixitr.lean", fillcolor="#dff2e8", color="#2f6f57", penwidth=2.8];
    numericsuccind [label="Primitive-recursive succInd(body) token construction\n原始递归后继归纳公式记号构造\n\nLean 内核已检查：\n1. 每个 shift / substitution / fixitr / negation 子变换必须完整消费输入公式，禁止忽略畸形尾部；\n2. 零、开放零、开放后继三类见证均为固定纯数值 token；\n3. 四条代入执行、三次否定、三个析取与两个全称量词均在同一 Option 失败语义中组合；\n4. 整个函数输入/输出只有 Nat 与 List Nat，且已证 primitive recursive；\n5. 任意规范 body 的最终结果逐 token 精确等于原定义 succInd(body)。\n\n关键端点公理画像仅\npropext / Classical.choice / Quot.sound；无 sorryAx、无项目公设。\nFoundationCompactNumericSuccIndSentence.lean", fillcolor="#dff2e8", color="#2f6f57", penwidth=2.8];
    numericfvsup [label="Primitive-recursive formula fvSup computation\n原始递归公式自由变量上确界计算\n\nLean 内核已检查：\n1. 复用同一数值语法任务栈，只在真正 term 位置识别 free-variable token；\n2. relation 标签、函数头、bound variable 与普通数字均不会误计；\n3. 单遍输出逐点等于 formula.fvarList，并保留同一未消费 suffix；\n4. listFvSup 的 max(index+1) fold 已独立证明 primitive recursive；\n5. 公开端点对任意规范公式精确返回 (formula.fvSup, suffix)。\n\n关键端点公理画像仅\npropext / Classical.choice / Quot.sound；无 sorryAx、无项目公设。\nFoundationCompactNumericFormulaFvSup.lean", fillcolor="#dff2e8", color="#2f6f57", penwidth=2.8];
    numericallclosure [label="Primitive-recursive iterated universal closure\n原始递归迭代全称闭包\n\nLean 内核已检查：\n1. 每一步真实前置一个 universal token 6，不把整段闭包当作单位成本；\n2. depth 次迭代的输入/输出只有 Nat 与 List Nat；\n3. step 与 nat-iterate 整体均已证明 primitive recursive；\n4. 对任意 arity=depth 的规范公式，结果逐 token 精确等于 ∀⁰* formula。\n\n边界：本节点本身不宣称按二进制 depth 多项式时间；\n必须由黄色节点先证明 depth <= candidate bit length。\n公理画像仅 Lean 标准公理；无 sorryAx、无项目公设。\nFoundationCompactNumericAllClosure.lean", fillcolor="#dff2e8", color="#2f6f57", penwidth=2.8];
    numerictokenbitlength [label="Primitive-recursive exact token bit length\n原始递归精确 token 位长\n\nLean 内核已检查：\n1. 每个 Nat token 用公开 binaryNatCode 重新编码；\n2. 任意 token 列表的总二进制位长函数已证 primitive recursive；\n3. 项与公式的规范 token 流重新编码后逐位等于原 binary code；\n4. 因而规范候选公式的 token 位长精确等于公开 formulaCode 位长。\n\n这关闭了把 token 数误当位长的坐标风险；\n公理画像仅 Lean 标准公理，无 sorryAx、无项目公设。\nFoundationCompactNumericTokenBitLength.lean", fillcolor="#dff2e8", color="#2f6f57", penwidth=2.8];
    numericguardedinduction [label="Primitive-recursive guarded induction comparator\n原始递归带守卫归纳句比较器\n\nLean 内核已检查：\n1. 先纯数值构造 succInd(body) 并精确计算 fvSup；\n2. 仅当 fvSup <= candidate formulaCode bit length 才执行 fixitr/allClosure；\n3. 生成句逐 token 等于标签 22 的真实 PA 归纳证书句；\n4. 对每个规范 body/candidate，布尔结果为 true iff 两个句子相等；\n5. 守卫拒绝分支由 typed guard completeness 排除漏接；\n6. 构造器、守卫及比较器均已证 primitive recursive。\n\n公理画像仅 propext / Classical.choice / Quot.sound；\n无隐藏长度参数、无 sorryAx、无项目公设。\nFoundationCompactNumericGuardedInductionSentence.lean", fillcolor="#dff2e8", color="#2f6f57", penwidth=2.8];
    numericfixedaxioms [label="Primitive-recursive fixed PA-axiom sentence table\n原始递归固定 PA 公理句表\n\nLean 内核已检查：\n1. 证书标签 0..21 的 22 个非归纳分支全覆盖；\n2. 20 个无参数公理直接返回规范句 token 常量；\n3. 函数外延按 4 个合法 (arity,code) 分派，关系外延按 2 个合法对分派；\n4. 输入/输出只有 Nat、Nat×Nat 和 List Nat，整个查表函数 primitive recursive；\n5. 每个规范固定证书逐 token 精确等于 certificate.sentence。\n\n五个审计端点公理画像仅\npropext / Classical.choice / Quot.sound；无 sorryAx。\nFoundationCompactNumericFixedPAAxiomSentence.lean", fillcolor="#dff2e8", color="#2f6f57", penwidth=2.8];
    numericallaxioms [label="Primitive-recursive all-23-tag PA-axiom comparator\n原始递归全部 23 标签 PA 公理比较器\n\nLean 内核已检查：\n1. 证书 parser 必须精确消费到空 suffix，禁止多余垃圾尾部；\n2. 标签 0..21 进入固定表，标签 22 进入带守卫归纳比较器；\n3. 非法函数/关系码、畸形归纳体和未知标签均拒绝；\n4. 任意证书 token 对规范候选句返回 true iff 存在真实 PA 公理证书，\n   输入恰为其完整 token 且 certificate.sentence = candidate；\n5. 完整比较器已证 primitive recursive。\n\n公理画像仅 propext / Classical.choice / Quot.sound；\n无 sorryAx、无项目公设。\nFoundationCompactNumericPAAxiomComparator.lean", fillcolor="#dff2e8", color="#2f6f57", penwidth=2.8];
    numericrules [label="10/10 primitive-recursive listed local rule checks\n十条列表证明局部规则纯数值检查全部闭合\n\nLean 内核已检查：\n1. closed / axm / verum / and / or / all / exs / wk / shift / cut 全覆盖；\n2. 每个输入只有公式 token、序列 token 列表及子节点布尔结果；\n3. free / substitution / negation / sequent shift 均调用真实纯数值变换；\n4. axm 调用同一个全部 23 标签比较器；\n5. 每条函数均 primitive recursive，规范字段上逐点等于\n   listedCertificateValidTrace 对应分支结果；\n6. 子有效性是任务栈返回值，不是外部证明假设。\n\n公理画像仅 propext / Classical.choice / Quot.sound；\n无 sorryAx、无项目公设。\nFoundationCompactNumericListedRuleChecks.lean", fillcolor="#dff2e8", color="#2f6f57", penwidth=2.8];
    numericnodefields [label="Primitive-recursive synchronized node-field parsers\n原始递归证明 / 证书节点字段解析器\n\nLean 内核已检查：\n1. proof 标签 0..9 按真实编码顺序解析父序列、主公式和见证项；\n2. 每个节点只消费立即字段，完整保留后续子证明 token；\n3. structural certificate 的 leaf/axiom/unary/binary 四形状全覆盖；\n4. axiom 节点精确截取完整 PA 公理证书 token；\n5. 两侧 dispatcher 均 primitive recursive；\n6. 对每个真实树/证书及任意 suffix，返回精确字段和同一子流。\n\n公理画像仅 propext / Classical.choice / Quot.sound；\n无 sorryAx、无项目公设。\nFoundationCompactNumericListedNodeFields.lean", fillcolor="#dff2e8", color="#2f6f57", penwidth=2.8];
    numericparser [label="Public local-check numeric graph\n公开局部检查纯数值图\n\nLean 内核已检查：\n1. 有限任务栈同步消费 proof/certificate 两条 token 流并核对节点形状；\n2. 子结论与子布尔结果自底向上送入十条真实局部合并器；\n3. 显式 fuel 覆盖完整规范树，形状错配、耗尽及畸形输入一律拒绝；\n4. 规范树结果逐点等于 listedCertificateValidTrace；\n5. 任意 packed code/formulaCode 上，新纯数值验证器与原公开验证器布尔值逐点相等。\n\n全部运行数据仅为 Nat / Bool / List；完整图已证 primitive recursive。\n定向探针与目标模块构建退出码 0；禁用项扫描为空；\n关键端点公理画像仅 propext / Classical.choice / Quot.sound。\nFoundationCompactNumericListedTaskMachine.lean\nFoundationCompactNumericListedPublicVerifier.lean", fillcolor="#dff2e8", color="#2f6f57", penwidth=2.8];
-     compactformula [label="【主终端当前：同一数值机器图的算术化】\nCompactProof(x,y) + Con_PA^compact(k)\n紧凑证明谓词算术公式 + 紧凑有限一致性句\n\n已固定输入：绿色 numeric verifier 与公开 verifier 对任意输入逐点相等；\n绿色 ListedCertifiedFiniteConsistencyAt 给出同一接受关系的 Lean Prop 元层语义。\n\n当前证明任务：\n1. 将同一有限状态、任务栈和有界迭代编码成算术关系，不换 checker 或长度坐标；\n2. 构造二变量 CompactProof(x,y)，证明标准模型语义 iff 同一数值验证器返回 true；\n3. 用同一 payload cutoff 与 falsumCode 定义 Con_PA^compact(k)，并证明其精确对应元层有限一致性；\n4. 给短二进制数词实例建立显式公式大小界。\n\n旧 succinctFiniteConsistencySentence 仍指 raw-code checker，禁止复用。", fillcolor="#fff0c9", color="#b37a12", penwidth=2.8];
-     patrace [label="PA computation-trace theorem\nPA 计算轨迹定理\naccepted run -> short PA proof of CompactProof(x,y)\n接受运行 -> CompactProof(x,y) 的短 PA 证明", fillcolor="#f3f3f3", color="#777777", style="rounded,filled,dashed"];
+     compactformula [label="CompactProof(bound,y) + Con_PA^compact(k)\n紧凑有界证明谓词算术公式 + 紧凑有限一致性句\n\nLean 内核已检查：\n1. P(bound,y) 精确表示存在完整载荷长度 <= bound 的 code，\n   且同一绿色纯数值公开验证器在 (code,y) 返回 true；\n2. witness relation primitive recursive，P 为 RE predicate；\n3. 构造真实二变量 Sigma-one 公式，标准模型语义逐点 iff P；\n4. 用同一 compact falsumCode 定义有限一致性句，标准模型语义\n   精确 iff ListedCertifiedFiniteConsistencyAt(bound)；\n5. 短二进制数词实例符号数 <= 固定公式常数 *\n   (6*size(bound)+6*size(y)+2)。\n\nFoundation codeOfREPred 仅承担定性标准模型表示；\n本节点不声称 PA 内部短接受轨迹，后者是下一黄色节点。\n目标构建通过；禁用项扫描为空；公理画像仅标准三项。\nFoundationCompactNumericListedProofPredicate.lean", fillcolor="#dff2e8", color="#2f6f57", penwidth=2.8];
+     patrace [label="【主终端当前：同一 CompactProof 的定量 PA 接受轨迹】\nPA accepted-computation trace theorem\nPA 接受计算轨迹定理\n\n目标：给定 witness code 及绿色 numeric verifier 的 true 运行，\n构造同一 compactListedPAProofSentence(bound,y) 的真实 PA Derivation2，\n并给出关于输入位长与运行步数的统一多项式完整载荷界。\n\n当前证明任务：\n1. 暴露 codeOfREPred 所固定的算术程序/公式结构，或构造显式等价公式并重新核准同一 P；\n2. 将 packed 输入、任务栈状态、每步 transition 与最终 true 状态编码成 PA 可逐步核验的 trace；\n3. 用短二进制数词和固定局部引理拼接真实 proof object；\n4. 证明公式生成、见证、逐步验证及拼接总长度为固定多项式。\n\n禁止：逐实例调用 Sigma-one completeness / Classical.choice；\n它们只给存在性，不给统一长度界。", fillcolor="#fff0c9", color="#b37a12", penwidth=2.8];
    suitable [label="suitable numeration（合适枚举）\nbit graph representability（位图可表示性）\npolynomial proof construction（多项式证明构造）", fillcolor="#f3f3f3", color="#777777", style="rounded,filled,dashed"];
    cond0 [label="Pudlak condition (0)（普德拉克条件 0）\nPA 内证明 proof-bound monotonicity（证明长度界单调性）\nP 的较紧/较松 cutoff 可在同一公式中转换", fillcolor="#f3f3f3", color="#777777", style="rounded,filled,dashed"];
    cond1 [label="Pudlak condition (1)（普德拉克条件 1）\nexternal short proof -> internal P(n, code(phi))\n外部短证明以多项式开销内部化为 P 实例", fillcolor="#f3f3f3", color="#777777", style="rounded,filled,dashed"];
    cond2 [label="Pudlak condition (2)（普德拉克条件 2）\nP(n,m) -> P(q1(n), code(P(n,m)))\n证明谓词实例自身的定量内部化", fillcolor="#f3f3f3", color="#777777", style="rounded,filled,dashed"];
    cond3 [label="Pudlak condition (3)（普德拉克条件 3）\nbounded modus ponens composition（有界肯定前件合成）\nP(n,phi) 与 P(n,phi->psi) -> P(q2(n),psi)", fillcolor="#f3f3f3", color="#777777", style="rounded,filled,dashed"];
    mpcompiler [label="Accepted-code bounded modus ponens compiler\n接受码有界肯定前件编译器（外部语义层已闭合）\n\n同一公开列表保持验证器：\naccept(codeImp, A->B) + accept(codeA, A)\n  -> exists codeB, accept(codeB, B)\n完整载荷界：\n|codeB| <= |codeImp| + |codeA| + 240 + 34*S(A,B)\n两份输入 proof tree + certificate 原样复用\n树级、证书级、规范码级及任意接受码端点均已通过\n无隐藏长度参数；无 sorryAx\nFoundationCompactCertifiedModusPonens.lean\n\n注意：这里只关闭外部码合成；\nPA 内部 condition (3) 仍须由 arithmetic trace 内化。", fillcolor="#dff2e8", color="#2f6f57", penwidth=2.8];
    conjcompiler [label="Accepted-code bounded conjunction compiler\n接受码有界合取编译器（外部语义层已闭合）\n\naccept(codeA,A) + accept(codeB,B)\n  -> exists codeAnd, accept(codeAnd,A and B)\n完整载荷界：\n|codeAnd| <= |codeA| + |codeB| + 144 + 11*S(A,B)\n两棵输入树与两份完整证书原样复用\n任意接受码端点及 axiom profile 已通过\n无 sorryAx\nFoundationCompactCertifiedConjunction.lean\n\n注意：固定重言式与原文拼接步骤 (i)-(v)\n以及 PA 内部化仍未闭合。", fillcolor="#dff2e8", color="#2f6f57", penwidth=2.8];
    qdiagonal [label="Quantitative parameterized diagonalization\n定量参数化对角化（同一完整载荷坐标已闭合）\nFoundation parameterized_diagonal₁：固定 P 的全称证明为常数\n真实 Derivation2 实例化：cut + wk + exs + closed\n显式结构证书：binary(unary(baseCert), unary(leaf))\n公开列表保持验证器接受完整 proof+certificate 打包码\n短二进制数码项：2*previous+bit\n码长 O(Nat.size m)，标准模型值严格为 m\n最终完整载荷界：baseProof+baseCert+192\n + 2048*(formulaConstant+stepConstant*|m|+1)^3\n同一公式实例的精确最短载荷也不超过该界\n具体 CompactProof 谓词仍由灰色算术化节点提供\nFoundationCompactDerivationSpecialization.lean\nFoundationCompactCertifiedDerivationSpecialization.lean\nFoundationCompactBinaryNumeralTerm.lean\nFoundationCompactParameterizedDiagonalSpecialization.lean\n端点无 sorryAx", fillcolor="#dff2e8", color="#2f6f57", penwidth=2.8];
    proofassembly [label="Bounded proof-calculus assembly (i)-(v)\n有界证明演算拼接（原文步骤 i-v）\n固定命题重言式 + (0)-(3) + MP/conjunction composition\n逐步得到 not P(q5(m), bottom) -> D(m)\n每次拼接与公式实例化均须显式多项式长度", fillcolor="#f3f3f3", color="#777777", style="rounded,filled,dashed"];
    paconsistency [label="PA consistency in the standard model\nPA 在标准模型中的一致性\naccepted falsum proof -> real Derivation2 -> contradiction\n项目已有 noListedCertifiedPAProofOfFalsum；无 sorryAx", fillcolor="#dff2e8", color="#2f6f57", penwidth=2.4];
    exponentextract [label="Consistency contradiction + exponent extraction\n一致性反证 + 指数提取\n短 D(m) 证明与一致性冲突\nq5(m) 的多项式重标定 -> 存在 epsilon > 0\n推出 Con_A(n) 无 n^epsilon 长度证明", fillcolor="#f3f3f3", color="#777777", style="rounded,filled,dashed"];
    diagonal [label="Pudlak 1986 Theorem 3.1\n普德拉克 1986 定理 3.1\ndiagonal proof-length lower bound\n对角证明长度下界", fillcolor="#f3f3f3", color="#777777", style="rounded,filled,dashed", penwidth=2.0];
    internalnote [shape=note, label="关键注释：外部运行时间界不能自动变成 PA 内部短证明。\n必须构造 accepted computation trace（接受计算轨迹），\n并在同一算术编码中逐步验证。", fillcolor="#e8f1f8", color="#4e7892"];

    predicate -> compactformula [label="exact standard-model relation\n精确标准模型关系"];
    minmeasure -> compactformula [label="same honest payload length\n同一诚实载荷长度"];
    canonicalnormalize -> compactformula [style=dotted, label="normalization audit only; public guarded verifier remains the target\n仅作规范化审计；目标仍是公开带守卫验证器"];
    predicate -> listedconmeta [label="same accepted-code relation\n同一接受码关系"];
    minmeasure -> listedconmeta [label="same payload coordinate\n同一载荷坐标"];
    listedconmeta -> compactformula [label="arithmetize this exact semantics\n算术化这一精确语义"];
    canonicalnormalize -> listedconmeta [label="pointwise same-cutoff equivalence\n逐点同截断值等价"];
    polytime -> arithinput [label="same packed inputs and bit-cost coordinate\n同一打包输入与位成本坐标"];
    arithinput -> tokenstream [label="primitive-recursive payload and Nat-prefix base\n原始递归载荷与自然数前缀基础"];
    tokenstream -> bitsync [label="exact arbitrary-input stream semantics\n任意输入流精确语义"];
    tokenstream -> syntaxparser [label="bounded exact tokenization\n有界精确记号化"];
    bitsync -> syntaxbitsync [label="exact bit suffix invariant\n精确位后缀不变量"];
    syntaxparser -> syntaxbitsync [label="same term/formula token grammar\n同一项/公式 token 文法"];
    syntaxparser -> syntaxinversion [label="backward typed realization invariant\n反向类型化实现不变量"];
    syntaxinversion -> numericvalues [label="arbitrary syntax success is canonical\n任意语法成功均为真实规范前缀"];
    syntaxinversion -> closedformula [label="typed prefix recovery + no-fvar invariant\n类型化前缀恢复 + 无自由变量不变量"];
    closedformula -> proofparser [label="axm sentence task\n公理叶闭句任务"];
    syntaxparser -> proofparser [label="checked syntax-task machine\n已检查语法任务机"];
    syntaxparser -> certparser [label="induction-body formula parser\n归纳公理体公式解析"];
    syntaxinversion -> proofinversion [label="term / formula arbitrary inversion\n项 / 公式任意反演"];
    proofparser -> proofinversion [label="ten-rule numeric state machine\n十规则纯数值状态机"];
    closedformula -> proofinversion [label="real sentence recovery\n真实闭句恢复"];
    proofinversion -> numericnodefields [label="arbitrary proof success is canonical\n任意证明成功均为真实规范前缀"];
    syntaxinversion -> certinversion [label="induction-formula arbitrary inversion\n归纳公式任意反演"];
    certparser -> certinversion [label="23+4 certificate numeric machines\n23+4 类证书纯数值机"];
    certinversion -> numericnodefields [label="arbitrary certificate success is canonical\n任意证书成功均为真实规范前缀"];
    syntaxbitsync -> numericparser [label="term/formula typed-bit equivalence closed\n项/公式类型化位级等价已闭合"];
    bitsync -> proofbitsync [label="same exact bit suffix\n同一精确位后缀"];
    syntaxbitsync -> proofbitsync [label="typed sequent/term/formula components\n类型化序列/项/公式部件"];
    proofparser -> proofbitsync [label="same ten-rule token grammar\n同一十规则 token 文法"];
    bitsync -> certbitsync [label="same exact bit suffix\n同一精确位后缀"];
    syntaxbitsync -> certbitsync [label="induction-body formula synchronization\n归纳公式体同步"];
    certparser -> certbitsync [label="same 23+4 token grammar\n同一 23+4 类 token 文法"];
    proofbitsync -> numericparser [label="typed proof bit equivalence closed\n证明树类型化位级等价已闭合"];
    certbitsync -> numericparser [label="typed certificate bit equivalence closed\n证书类型化位级等价已闭合"];
    arithinput -> packedtokensync [label="same sentinel-packed inputs\n同一哨兵位打包输入"];
    tokenstream -> packedtokensync [label="primitive-recursive full tokenization\n原始递归完整 token 化"];
    proofbitsync -> packedtokensync [label="proof segment equivalence\n证明段等价"];
    certbitsync -> packedtokensync [label="certificate segment equivalence\n证书段等价"];
    packedtokensync -> numericvalues [label="same public token streams\n同一公开 token 流"];
    numericvalues -> numericchecks [label="exact numeric syntax values\n精确数值语法值"];
    numericvalues -> numericnodefields [label="sequent / formula / term immediate fields\n序列 / 公式 / 项立即字段"];
    numericchecks -> numericrules [label="same local list decisions\n同一局部列表判定"];
    numericvalues -> numericconstructors [label="canonical token values\n规范 token 值"];
    numericconstructors -> numericrules [label="six direct formula constructors\n六种直接公式构造"];
    numericvalues -> numericnegation [label="same parser task semantics\n同一解析任务语义"];
    numericnegation -> numericrules [label="exact De Morgan token transform\n精确 De Morgan 记号变换"];
    numericvalues -> numericshift [label="same parser task semantics\n同一解析任务语义"];
    numericshift -> numericrules [label="exact free-index successor transform\n精确自由变量后继变换"];
    numericvalues -> numericfree [label="same parser task and binder arity\n同一解析任务与绑定元数"];
    numericfree -> numericrules [label="exact arity-lowering free transform\n精确降元自由化变换"];
    numericvalues -> numericsubstitution [label="same parser task and witness tokens\n同一解析任务与见证记号"];
    numericsubstitution -> numericrules [label="exact qpow substitution transform\n精确量词下代入变换"];
    numericvalues -> numericfixitr [label="same parser task and binder arity\n同一解析任务与绑定元数"];
    numericfixitr -> numericparser [label="exact qpow fixitr transform\n精确量词下变量捕获变换"];
    numericconstructors -> numericsuccind [label="or / all token constructors\n析取 / 全称量词记号构造"];
    numericnegation -> numericsuccind [label="three exact negations\n三次精确否定"];
    numericshift -> numericsuccind [label="open-substitution namespace shift\n开放代入命名空间移位"];
    numericsubstitution -> numericsuccind [label="four exact substitution executions\n四条精确代入执行"];
    numericfixitr -> numericsuccind [label="capture open witnesses\n捕获开放见证"];
    numericsuccind -> numericguardedinduction [label="exact succInd(body) tokens\n精确后继归纳公式记号"];
    numericvalues -> numericfvsup [label="same checked syntax-task stack\n同一已检查语法任务栈"];
    numericsuccind -> numericfvsup [label="compute closure depth of succInd(body)\n计算归纳公式闭包深度"];
    numericfvsup -> numericguardedinduction [label="exact formula.fvSup value\n精确公式自由变量上确界"];
    numericfixitr -> numericallclosure [label="capture depth free variables first\n先捕获 depth 个自由变量"];
    numericfvsup -> numericallclosure [label="same exact closure depth\n同一精确闭包深度"];
    numericallclosure -> numericguardedinduction [label="guarded exact all-closure tokens\n带守卫精确全称闭包记号"];
    numericvalues -> numerictokenbitlength [label="candidate canonical token stream\n候选公式规范记号流"];
    numerictokenbitlength -> numericguardedinduction [label="actual candidate formulaCode bit length\n候选公式码真实位长"];
    numericfixitr -> numericguardedinduction [label="capture only after guard\n仅在守卫通过后捕获变量"];
    certbitsync -> numericguardedinduction [label="tag 22 induction body\n标签 22 归纳公式体"];
    numericguardedinduction -> numericallaxioms [label="guarded tag 22 exact result\n带守卫标签 22 精确结果"];
    certbitsync -> numericfixedaxioms [label="same PA-certificate tags and parameters\n同一 PA 证书标签与参数"];
    numericfixedaxioms -> numericallaxioms [label="tags 0..21 exact sentence tokens\n标签 0..21 精确公理句记号"];
    certinversion -> numericallaxioms [label="exact arbitrary certificate-token inversion\n任意证书记号精确反演"];
    numericallaxioms -> numericrules [label="axm branch comparator\n公理叶比较器"];
    numericrules -> numericparser [label="all ten local Boolean combiners closed\n十条局部布尔合并器全部闭合"];
    numericnodefields -> numericparser [label="exact child-stream scheduling inputs\n精确子流调度输入"];
    numericparser -> compactformula [label="same numeric machine graph\n同一纯数值机器图"];
    compactformula -> patrace [label="fixed formula and binary numerals\n固定公式与二进制数词"];
    internalnote -> patrace [style=dotted, arrowhead=none, constraint=false];
    patrace -> suitable;
    suitable -> cond0;
    suitable -> cond1;
    suitable -> cond2;
    suitable -> cond3;
    predicate -> mpcompiler [label="same public verifier\n同一公开验证器"];
    canonicalnormalize -> mpcompiler [label="decoded payload never grows\n解码规范化不增长"];
    mpcompiler -> cond3 [style=dotted, label="external compiler closed; PA internal proof remains\n外部编译已闭合；仍需 PA 内部短证明"];
    predicate -> conjcompiler [label="same public verifier\n同一公开验证器"];
    canonicalnormalize -> conjcompiler [label="decoded payload never grows\n解码规范化不增长"];
    conjcompiler -> proofassembly [style=dotted, label="external conjunction primitive closed\n外部合取原语已闭合"];
    compactformula -> qdiagonal [style=dotted, arrowhead=none, constraint=false, label="later instantiate the closed generic compiler at concrete P\n后续把已闭合通用编译器实例化到具体 P"];
    suitable -> qdiagonal [style=dotted, arrowhead=none, constraint=false, label="concrete P conditions belong to later assembly\n具体 P 条件属于后续拼接"];
    transformcode -> qdiagonal [label="formula-instance size bound already checked\n公式实例大小界已检查"];
    cond0 -> proofassembly;
    cond1 -> proofassembly;
    cond2 -> proofassembly;
    cond3 -> proofassembly;
    qdiagonal -> proofassembly;
    proofassembly -> exponentextract;
    paconsistency -> exponentextract;
    exponentextract -> diagonal;
  }

  subgraph cluster_buss {
    label="H. Buss-Pudlak lower bound（布斯-普德拉克下界）";
    color="#9a9a9a";
    style="rounded,dashed";

    family [label="F_n = Con_T((f(n))^c)\n有限一致性公式族\nsame T / proof system / symbol length\n同一理论 / 证明系统 / 符号长度", fillcolor="#f3f3f3", color="#777777", style="rounded,filled,dashed"];
    rescale [label="Buss 1994 Theorem 5\n布斯 1994 第 5 定理\ntime-constructible rescaling\n时间可构造重标定", fillcolor="#f3f3f3", color="#777777", style="rounded,filled,dashed", penwidth=2.0];
    lower [label="minProofLength(F_n) > U(n) eventually\n最短证明长度最终大于 U(n)\nsuper-polynomial lower bound（超多项式下界）", fillcolor="#e9e3f5", color="#76639a", style="rounded,filled,dashed", penwidth=2.0];
    lowernote [shape=note, label="关键注释：文献下界只能用于原文满足条件的\nformula family（公式族）、proof system（证明系统）\n和 symbol length（符号长度）；名字相似不能替代对象恒等。", fillcolor="#e8f1f8", color="#4e7892"];

    compactformula -> family [label="same CompactProof predicate\n同一紧凑证明谓词"];
    minmeasure -> family [label="exact minimum length coordinate\n精确最短长度坐标"];
    diagonal -> rescale [label="power lower-bound seed\n幂下界种子"];
    family -> rescale;
    rescale -> lower [label="explicit time-constructible f\n显式时间可构造函数 f"];
    lowernote -> rescale [style=dotted, arrowhead=none, constraint=false];
  }

  subgraph cluster_collision {
    label="I. Same-object upper bound and collision（同对象上界与碰撞）";
    color="#9a9a9a";
    style="rounded,dashed";

    sondowcert [label="Sondow checked certificates\n索多已检查证书\nassume gamma rational（假设欧拉常数有理）\n本节点只表示证书已检查，不等于同对象上界已完成", fillcolor="#dff2e8", color="#3f7c66"];
    samecompiler [label="Sondow same-object compiler\n索多同对象编译器\ncertificate -> real proof of the same F_n\n证书 -> 同一 F_n 的真实证明", fillcolor="#f3f3f3", color="#777777", style="rounded,filled,dashed"];
    upper [label="minProofLength(F_n) <= U(n)\n最短证明长度不超过多项式 U(n)\npolynomial upper bound（多项式上界）\n等待 same-object compiler（同对象编译器）", fillcolor="#f3f3f3", color="#777777", style="rounded,filled,dashed"];
    collision [label="U(N) < minProofLength(F_N) <= U(N)\n同一 N、同一公式、同一检查器、同一长度的矛盾\ncollision theorem（碰撞定理）", fillcolor="#f8d9d6", color="#a8443d", style="rounded,filled,dashed", penwidth=2.5];
    final [label="not is_rational euler_mascheroni\n欧拉-马歇罗尼常数非有理\n仅在全部上游根定理闭合后成立", fillcolor="#f8d9d6", color="#a8443d", style="rounded,filled,dashed", penwidth=2.5];
    samenote [shape=note, label="关键注释：碰撞必须是同一 N、同一 F_N、\n同一 checker（检查器）和同一 length measure（长度度量）。\n只证明两个抽象接口各自存在不能形成碰撞。", fillcolor="#e8f1f8", color="#4e7892"];

    sondowcert -> samecompiler;
    family -> samecompiler [label="formula identity\n公式恒等"];
    predicate -> samecompiler [label="same checker/length\n同一检查器/长度"];
    minmeasure -> samecompiler [label="same minimum payload measure\n同一最短载荷度量"];
    samecompiler -> upper [label="canonical accepted proof code\n规范且被接受的证明码"];
    upper -> collision [label="same F_N / same length\n同一 F_N / 同一长度"];
    lower -> collision [label="same F_N / same length\n同一 F_N / 同一长度"];
    samenote -> collision [style=dotted, arrowhead=none, constraint=false];
    collision -> final;
  }

  subgraph cluster_audit {
    label="J. Submission-grade audit gates（投稿级审计门）";
    color="#76639a";
    style="rounded";

    axioms [label="#print axioms audit（公理画像审计）\n已完成节点仅依赖：\npropext（命题外延）\nClassical.choice（经典选择）\nQuot.sound（商类型可靠性）", fillcolor="#e9e3f5", color="#76639a"];
    forbidden [label="Forbidden project assumptions（禁止项目级假设）\nno tail_gap（无尾部间隙参数）\nno upper_provider（无上界提供者参数）\nno project proof_length（无项目证明长度公设）\nno sorryAx（无未完成证明公设）", fillcolor="#e9e3f5", color="#76639a"];
    gate [label="Final dependency audit（最终依赖审计）\nsame formula / parameter / checker / measure\n同一公式 / 参数 / 检查器 / 度量", fillcolor="#e9e3f5", color="#76639a", penwidth=2.0];

    totalcanonical -> axioms [style=dotted];
    publiciff -> axioms [style=dotted];
    completeness -> axioms [style=dotted];
    nattrace -> axioms [style=dotted];
    polytime -> forbidden [style=dashed];
    diagonal -> forbidden [style=dashed];
    samecompiler -> forbidden [style=dashed];
    lower -> gate;
    upper -> gate;
    axioms -> gate;
    forbidden -> gate;
    gate -> collision [style=dashed, label="audit pass\n审计通过"];
  }

  subgraph cluster_rejected_routes {
    label="K. Rejected historical routes（经审计弃用的历史路线；不通向主结论）";
    color="#a8443d";
    style="rounded,dashed";

    rawgodel [label="Nat.size(rawProofCode) lower bound\n原始哥德尔证明码位长下界\nunary-numeral encoding artifact（一元数词编码伪影）", fillcolor="#f8d9d6", color="#a8443d", style="rounded,filled,dashed"];
    postfixraw [label="Postfix checker rebuilding rawCode\n重建 rawCode 的后缀检查器\nprimitive recursive != polynomial time\n原始递归不等于多项式时间", fillcolor="#f8d9d6", color="#a8443d", style="rounded,filled,dashed"];
    abstractgap [label="tail_gap / computable_gap input\n尾部间隙 / 可计算间隙输入\nassumes the lower bound（预设下界）", fillcolor="#f8d9d6", color="#a8443d", style="rounded,filled,dashed"];
    abstractupper [label="upper_provider input\n上界提供者输入\nassumes the Sondow bridge（预设索多桥）", fillcolor="#f8d9d6", color="#a8443d", style="rounded,filled,dashed"];
    unsimulated [label="Unproved Hilbert-system simulation\n未证明的 Hilbert 系统模拟\nwrong/uncalibrated proof measure\n错误或未校准的证明度量", fillcolor="#f8d9d6", color="#a8443d", style="rounded,filled,dashed"];
    graft [label="strengthened_to_partial / transfer_to_graft\n加强到部分 / 嫁接转移接口\ninterface packaging without source theorem\n只有接口包装、没有源定理", fillcolor="#f8d9d6", color="#a8443d", style="rounded,filled,dashed"];
    rejectednote [shape=note, label="弃用判据：编码伪影、循环输入、对象错位，\n或只给接口而没有根定理。\n本区域没有任何边连接最终碰撞定理。", fillcolor="#fff1f0", color="#a8443d"];

    rawgodel -> postfixraw [style=dotted, color="#a8443d"];
    abstractgap -> graft [style=dotted, color="#a8443d"];
    abstractupper -> graft [style=dotted, color="#a8443d"];
    unsimulated -> graft [style=dotted, color="#a8443d"];
    rejectednote -> graft [style=dotted, arrowhead=none, color="#a8443d"];
  }
}
